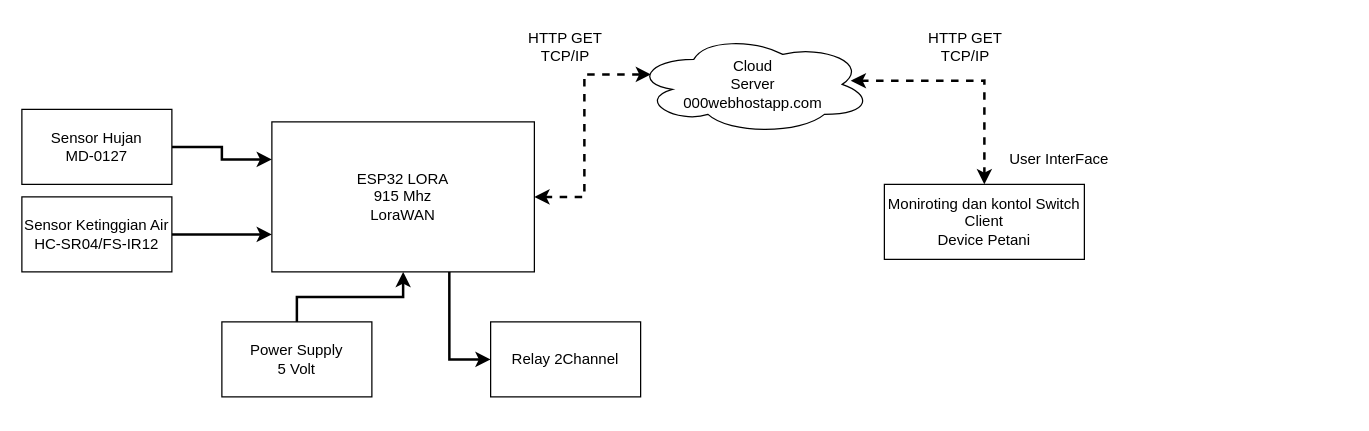
The draw.io diagram php2d.drawio in joeinus134131/OnlineDiagramProject, before the edit. Source tidied: cells renumbered, new cells numbered last; positions are measured from the earlier drawing's top-left corner, leaving out a move shared by most shapes. Both pictures are drawn from the tidied source at 125%, with x=0, y=0 at pixel (21, 34).
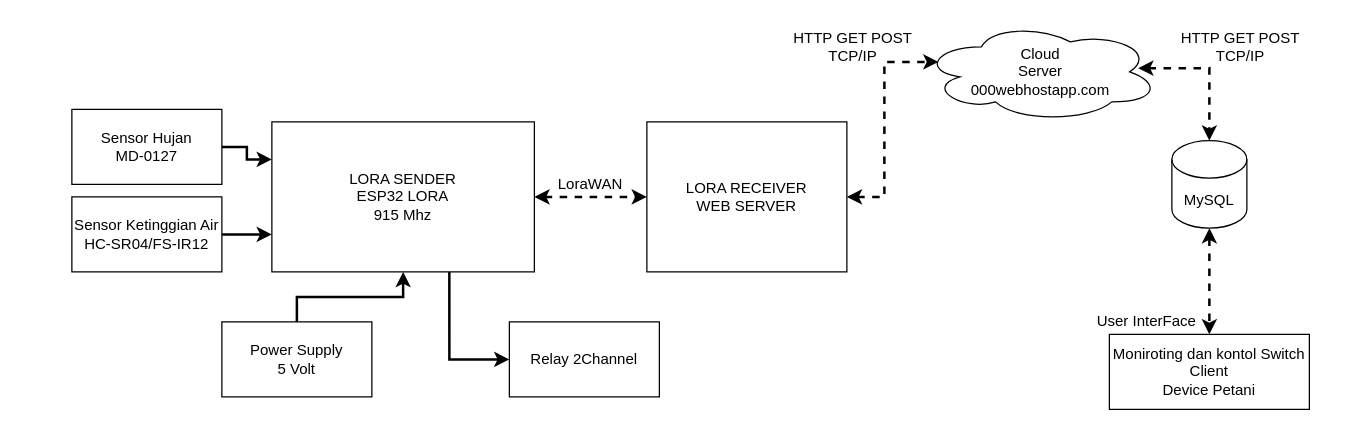
After the change.

Change to the diagram source:
```diff
@@
-    <mxCell id="2" style="edgeStyle=orthogonalEdgeStyle;rounded=0;jettySize=auto;html=1;entryX=0.07;entryY=0.4;entryDx=0;entryDy=0;entryPerimeter=0;dashed=1;strokeWidth=2;startArrow=classic;startFill=1;" parent="1" edge="1" source="4" target="12">
+    <mxCell id="2" style="edgeStyle=orthogonalEdgeStyle;rounded=0;jettySize=auto;html=1;entryX=0.07;entryY=0.4;entryDx=0;entryDy=0;entryPerimeter=0;dashed=1;strokeWidth=2;startArrow=classic;startFill=1;" parent="1" edge="1" source="21" target="12">
       <mxGeometry relative="1" as="geometry" />
     </mxCell>
@@
-    <mxCell id="4" value="&lt;div&gt;ESP32 LORA&lt;/div&gt;&lt;div&gt;915 Mhz&lt;/div&gt;&lt;div&gt;LoraWAN&lt;br&gt;&lt;/div&gt;" style="rounded=0;whiteSpace=wrap;html=1;" parent="1" vertex="1">
+    <mxCell id="4" value="&lt;div&gt;LORA SENDER&lt;br&gt;&lt;/div&gt;&lt;div&gt;ESP32 LORA &lt;br&gt;&lt;/div&gt;&lt;div&gt;915 Mhz&lt;/div&gt;" style="rounded=0;whiteSpace=wrap;html=1;" parent="1" vertex="1">
       <mxGeometry x="200" y="70" width="210" height="120" as="geometry" />
     </mxCell>
@@
     <mxCell id="6" value="&lt;div&gt;Sensor Hujan&lt;/div&gt;&lt;div&gt;MD-0127&lt;br&gt;&lt;/div&gt;" style="rounded=0;whiteSpace=wrap;html=1;" parent="1" vertex="1">
-      <mxGeometry y="60" width="120" height="60" as="geometry" />
+      <mxGeometry x="40" y="60" width="120" height="60" as="geometry" />
     </mxCell>
@@
     <mxCell id="8" value="&lt;div&gt;Sensor Ketinggian Air&lt;/div&gt;&lt;div&gt;HC-SR04/FS-IR12&lt;br&gt;&lt;/div&gt;" style="rounded=0;whiteSpace=wrap;html=1;" parent="1" vertex="1">
-      <mxGeometry y="130" width="120" height="60" as="geometry" />
+      <mxGeometry x="40" y="130" width="120" height="60" as="geometry" />
     </mxCell>
@@
-    <mxCell id="11" style="edgeStyle=orthogonalEdgeStyle;rounded=0;jettySize=auto;html=1;dashed=1;startArrow=classic;startFill=1;strokeWidth=2;exitX=0.911;exitY=0.463;exitDx=0;exitDy=0;exitPerimeter=0;" parent="1" edge="1" source="12" target="13">
+    <mxCell id="11" style="edgeStyle=orthogonalEdgeStyle;rounded=0;jettySize=auto;html=1;dashed=1;startArrow=classic;startFill=1;strokeWidth=2;exitX=0.5;exitY=1;exitDx=0;exitDy=0;exitPerimeter=0;entryX=0.5;entryY=0;entryDx=0;entryDy=0;" parent="1" edge="1" source="18" target="13">
       <mxGeometry relative="1" as="geometry" />
     </mxCell>
     <mxCell id="12" value="&lt;div&gt;Cloud&lt;/div&gt;&lt;div&gt;Server&lt;br&gt;&lt;/div&gt;&lt;div&gt;000webhostapp.com&lt;br&gt;&lt;/div&gt;" style="ellipse;shape=cloud;whiteSpace=wrap;html=1;" parent="1" vertex="1">
-      <mxGeometry x="490" width="190" height="80" as="geometry" />
+      <mxGeometry x="720" y="-10" width="190" height="80" as="geometry" />
     </mxCell>
     <mxCell id="13" value="&lt;div&gt;Moniroting dan kontol Switch Client&lt;/div&gt;&lt;div&gt;Device Petani&lt;br&gt;&lt;/div&gt;" style="rounded=0;whiteSpace=wrap;html=1;" parent="1" vertex="1">
-      <mxGeometry x="690" y="120" width="160" height="60" as="geometry" />
+      <mxGeometry x="870" y="240" width="160" height="60" as="geometry" />
     </mxCell>
     <mxCell id="14" value="Relay 2Channel" style="rounded=0;whiteSpace=wrap;html=1;" parent="1" vertex="1">
-      <mxGeometry x="375" y="230" width="120" height="60" as="geometry" />
+      <mxGeometry x="390" y="230" width="120" height="60" as="geometry" />
     </mxCell>
     <mxCell id="15" value="User InterFace" style="text;html=1;strokeColor=none;fillColor=none;align=center;verticalAlign=middle;whiteSpace=wrap;rounded=0;" parent="1" vertex="1">
-      <mxGeometry x="760" y="90" width="140" height="20" as="geometry" />
+      <mxGeometry x="830" y="220" width="140" height="20" as="geometry" />
     </mxCell>
-    <mxCell id="16" value="&lt;div&gt;HTTP GET &lt;br&gt;&lt;/div&gt;&lt;div&gt;TCP/IP&lt;br&gt;&lt;/div&gt;" style="text;html=1;strokeColor=none;fillColor=none;align=center;verticalAlign=middle;whiteSpace=wrap;rounded=0;" parent="1" vertex="1">
-      <mxGeometry x="350" width="170" height="20" as="geometry" />
+    <mxCell id="16" value="&lt;div&gt;HTTP GET POST &lt;br&gt;&lt;/div&gt;&lt;div&gt;TCP/IP&lt;br&gt;&lt;/div&gt;" style="text;html=1;strokeColor=none;fillColor=none;align=center;verticalAlign=middle;whiteSpace=wrap;rounded=0;" parent="1" vertex="1">
+      <mxGeometry x="580" width="170" height="20" as="geometry" />
     </mxCell>
-    <mxCell id="17" value="&lt;div&gt;HTTP GET &lt;br&gt;&lt;/div&gt;&lt;div&gt;TCP/IP&lt;br&gt;&lt;/div&gt;" style="text;html=1;strokeColor=none;fillColor=none;align=center;verticalAlign=middle;whiteSpace=wrap;rounded=0;" parent="1" vertex="1">
-      <mxGeometry x="670" width="170" height="20" as="geometry" />
+    <mxCell id="17" value="&lt;div&gt;HTTP GET POST &lt;br&gt;&lt;/div&gt;&lt;div&gt;TCP/IP&lt;br&gt;&lt;/div&gt;" style="text;html=1;strokeColor=none;fillColor=none;align=center;verticalAlign=middle;whiteSpace=wrap;rounded=0;" parent="1" vertex="1">
+      <mxGeometry x="890" width="170" height="20" as="geometry" />
     </mxCell>
+    <mxCell id="18" value="MySQL" style="shape=cylinder3;whiteSpace=wrap;html=1;boundedLbl=1;backgroundOutline=1;size=15;" parent="1" vertex="1">
+      <mxGeometry x="920" y="85" width="60" height="70" as="geometry" />
+    </mxCell>
+    <mxCell id="19" style="edgeStyle=orthogonalEdgeStyle;rounded=0;jettySize=auto;html=1;dashed=1;startArrow=classic;startFill=1;strokeWidth=2;exitX=0.911;exitY=0.463;exitDx=0;exitDy=0;exitPerimeter=0;" parent="1" edge="1" source="12" target="18">
+      <mxGeometry relative="1" as="geometry" />
+    </mxCell>
+    <mxCell id="20" value="LoraWAN" style="text;html=1;strokeColor=none;fillColor=none;align=center;verticalAlign=middle;whiteSpace=wrap;rounded=0;" parent="1" vertex="1">
+      <mxGeometry x="400" y="110" width="110" height="20" as="geometry" />
+    </mxCell>
+    <mxCell id="21" value="&lt;div&gt;LORA RECEIVER&lt;/div&gt;&lt;div&gt;WEB SERVER&lt;br&gt;&lt;/div&gt;" style="rounded=0;whiteSpace=wrap;html=1;" parent="1" vertex="1">
+      <mxGeometry x="500" y="70" width="160" height="120" as="geometry" />
+    </mxCell>
+    <mxCell id="22" style="edgeStyle=orthogonalEdgeStyle;rounded=0;jettySize=auto;html=1;dashed=1;strokeWidth=2;startArrow=classic;startFill=1;" parent="1" edge="1" source="4" target="21">
+      <mxGeometry relative="1" as="geometry" />
+    </mxCell>
```
